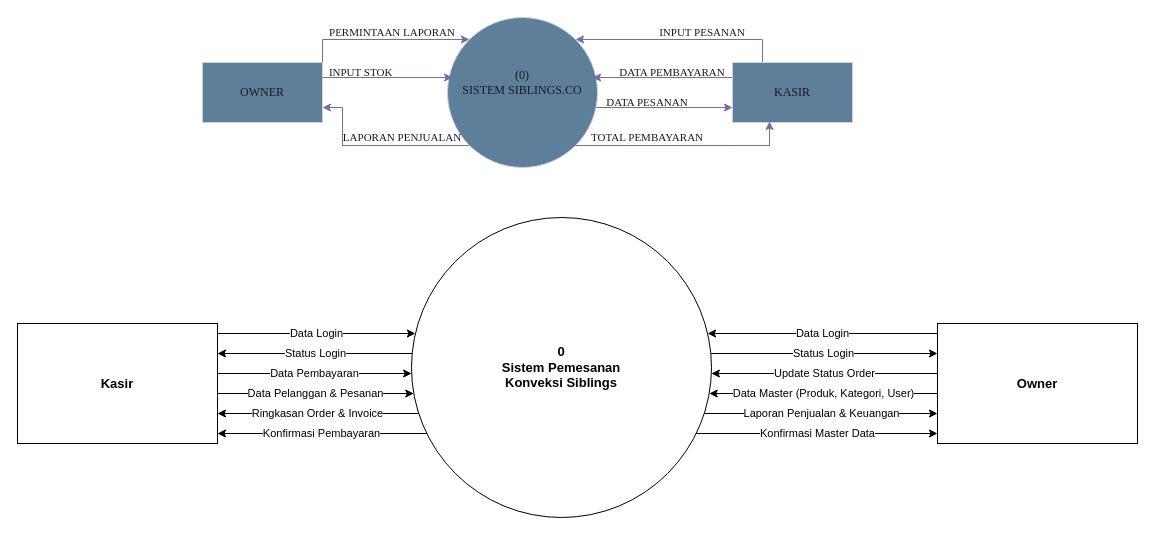
Before: page "DFD LVL 0" (6 of 9) of ALL UML.drawio in K35x/si_siblings_uml, a draw.io diagram. Source tidied: cells renumbered, new cells numbered last; positions are measured from the earlier drawing's top-left corner, leaving out a move shared by most shapes. Both pictures are drawn from the tidied source at 100%, with x=0, y=0 at pixel (17, 17).
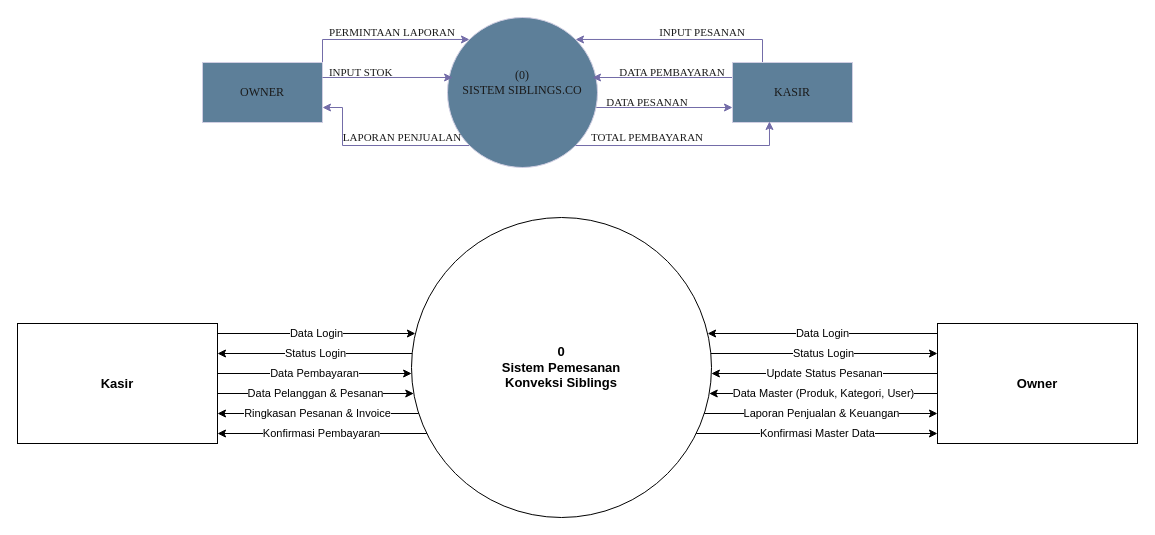
Above is the later version.

The change refers to these unchanged cells:
```xml
<mxCell id="23" value="Kasir" style="rounded=0;whiteSpace=wrap;html=1;fontSize=13;fontStyle=1;" parent="1" vertex="1">
  <mxGeometry y="306" width="200" height="120" as="geometry" />
</mxCell>
<mxCell id="24" value="Owner" style="rounded=0;whiteSpace=wrap;html=1;fontSize=13;fontStyle=1;" parent="1" vertex="1">
  <mxGeometry x="920" y="306" width="200" height="120" as="geometry" />
</mxCell>
<mxCell id="25" value="0&#10;Sistem Pemesanan&#10;Konveksi Siblings" style="ellipse;whiteSpace=wrap;html=1;fontSize=13;fontStyle=1;" parent="1" vertex="1">
  <mxGeometry x="394" y="200" width="300" height="300" as="geometry" />
</mxCell>
```

What changed in the source:
```diff
@@
-    <mxCell id="29" value="Ringkasan Order &amp; Invoice" style="endArrow=classic;html=1;edgeStyle=orthogonalEdgeStyle;fontSize=11;" parent="1" edge="1" source="25" target="23">
+    <mxCell id="29" value="Ringkasan Pesanan &amp;amp; Invoice" style="endArrow=classic;html=1;edgeStyle=orthogonalEdgeStyle;fontSize=11;" parent="1" edge="1" source="25" target="23">
       <mxGeometry relative="1" as="geometry">
         <Array as="points">
           <mxPoint x="300" y="396" />
           <mxPoint x="300" y="396" />
         </Array>
       </mxGeometry>
     </mxCell>
@@
-    <mxCell id="32" value="Update Status Order" style="endArrow=classic;html=1;edgeStyle=orthogonalEdgeStyle;fontSize=11;" parent="1" edge="1" source="24" target="25">
+    <mxCell id="32" value="Update Status Pesanan" style="endArrow=classic;html=1;edgeStyle=orthogonalEdgeStyle;fontSize=11;" parent="1" edge="1" source="24" target="25">
       <mxGeometry relative="1" as="geometry">
         <Array as="points">
           <mxPoint x="810" y="356" />
           <mxPoint x="810" y="356" />
         </Array>
       </mxGeometry>
     </mxCell>
```
